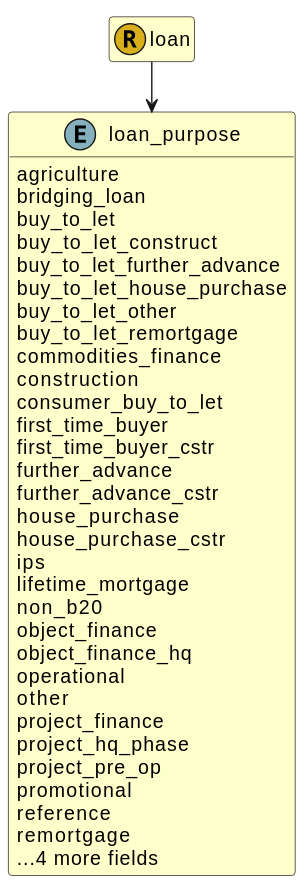
The PlantUML diagram images/fire.model.loan_purpose.svg in Schemarise/demo-alfa-with-fire-json-model, before a commit.
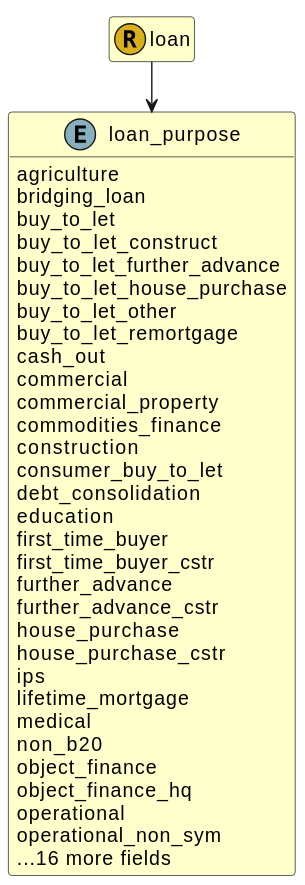
Later version of the same file.

Diff of the diagram source:
```diff
@@ -20,9 +20,14 @@
   buy_to_let_house_purchase
   buy_to_let_other
   buy_to_let_remortgage
+  cash_out
+  commercial
+  commercial_property
   commodities_finance
   construction
   consumer_buy_to_let
+  debt_consolidation
+  education
   first_time_buyer
   first_time_buyer_cstr
   further_advance
@@ -31,18 +36,13 @@
   house_purchase_cstr
   ips
   lifetime_mortgage
+  medical
   non_b20
   object_finance
   object_finance_hq
   operational
-  other
-  project_finance
-  project_hq_phase
-  project_pre_op
-  promotional
-  reference
-  remortgage
-  ...4 more fields
+  operational_non_sym
+  ...16 more fields
 
 
 
```
